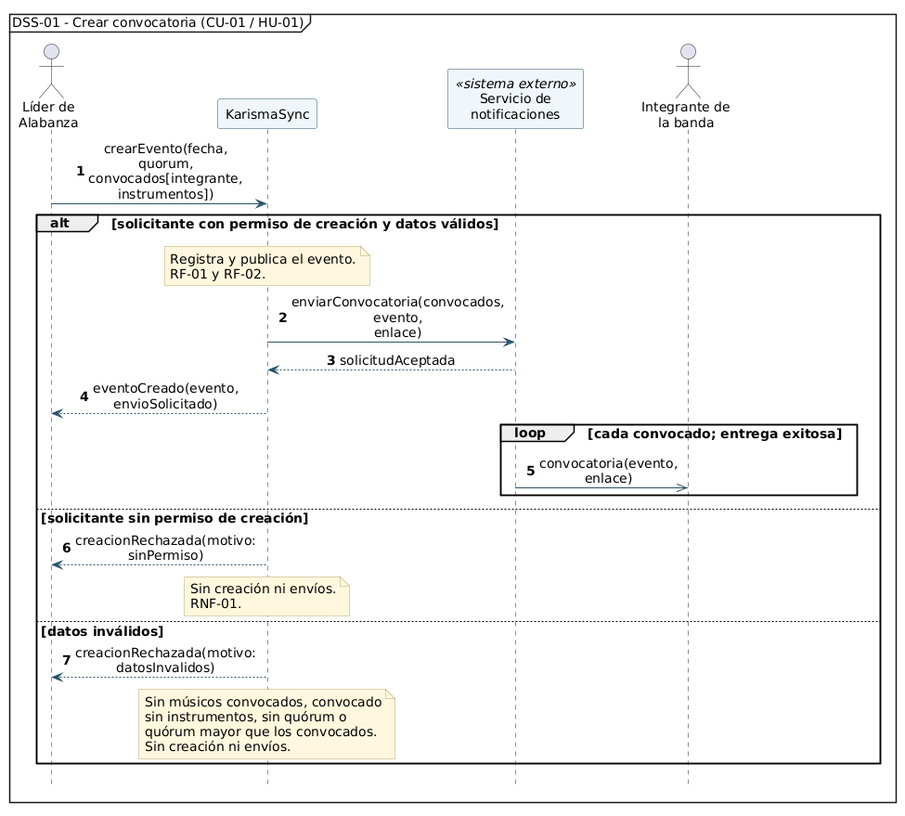
Ayiness/KarismaSync keeps this PlantUML diagram as diagramas/dss-01-crear-convocatoria.png. Above is the earlier version. Source of this version:
```plantuml
@startuml
mainframe DSS-01 - Crear convocatoria (CU-01 / HU-01)
autonumber
hide footbox
skinparam backgroundColor white
skinparam shadowing false
skinparam defaultFontName SansSerif
skinparam defaultFontSize 14
skinparam sequenceMessageAlign center
skinparam maxMessageSize 54
skinparam BoxPadding 4
skinparam NotePadding 4
skinparam sequenceMessageSpacing 6
skinparam ArrowColor #28536B
skinparam participantBorderColor #28536B
skinparam participantBackgroundColor #F0F6FA
skinparam noteBackgroundColor #FFF8DE
skinparam noteBorderColor #BBA46B

<style>
participant {
  Padding 8
}
</style>

actor "Líder de\nAlabanza" as Lider
participant "KarismaSync" as Sistema
participant "Servicio de\nnotificaciones" as Notificaciones <<sistema externo>>
actor "Integrante de\nla banda" as Integrante

Lider -> Sistema: crearEvento(fecha, quorum, convocados[integrante, instrumentos])

alt solicitante con permiso de creación y datos válidos
  note over Sistema
    Registra y publica el evento.
    RF-01 y RF-02.
  end note

  Sistema -> Notificaciones: enviarConvocatoria(convocados, evento, enlace)
  Notificaciones --> Sistema: solicitudAceptada
  Sistema --> Lider: eventoCreado(evento, envioSolicitado)

  loop cada convocado; entrega exitosa
    Notificaciones ->> Integrante: convocatoria(evento, enlace)
  end

else solicitante sin permiso de creación
  Sistema --> Lider: creacionRechazada(motivo: sinPermiso)
  note over Sistema
    Sin creación ni envíos.
    RNF-01.
  end note

else datos inválidos
  Sistema --> Lider: creacionRechazada(motivo: datosInvalidos)
  note over Sistema
    Sin músicos convocados, convocado
    sin instrumentos, sin quórum o
    quórum mayor que los convocados.
    Sin creación ni envíos.
  end note
end

@enduml
```
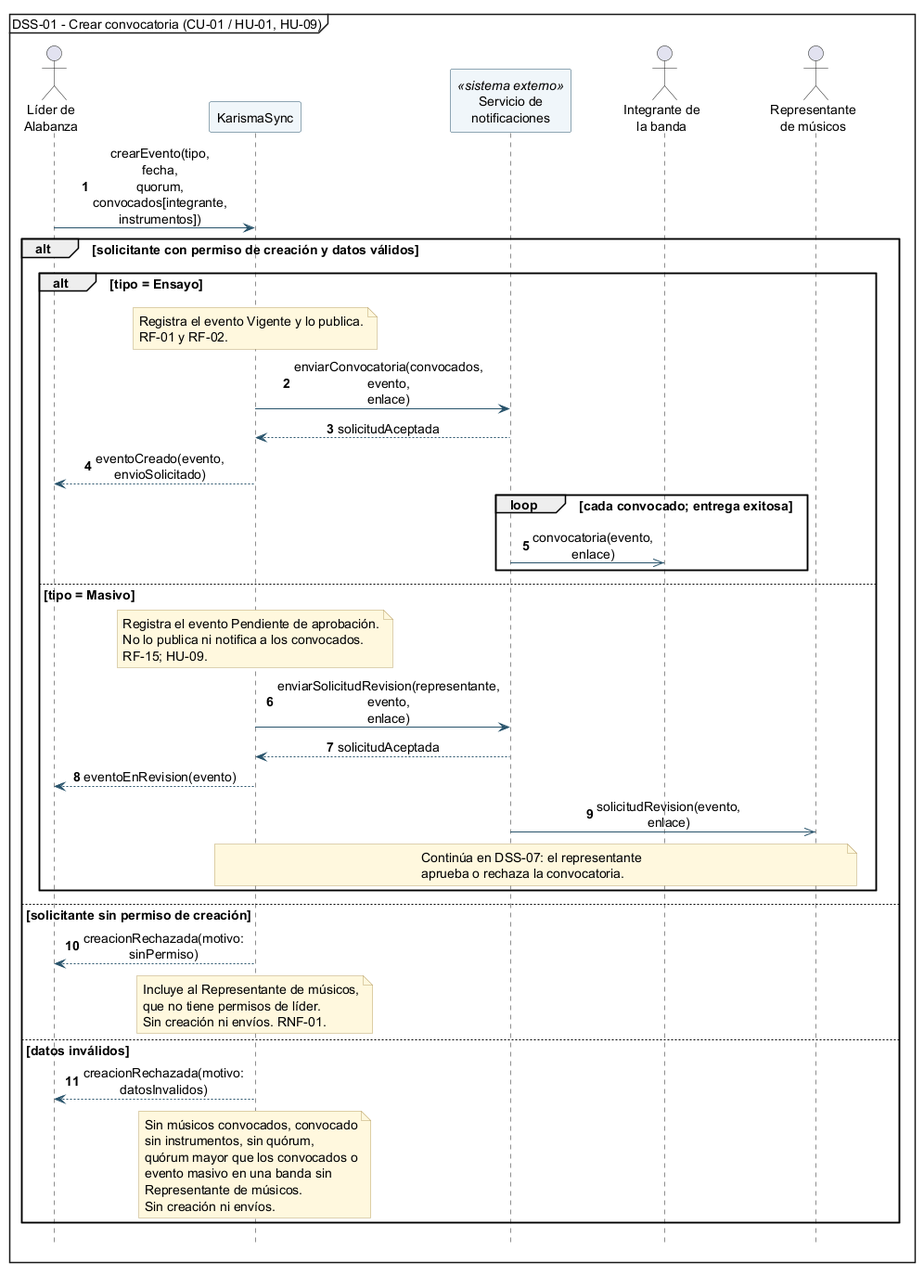
Later version of the same file.

The edit, as a diff of the source:
```diff
@@ -1,5 +1,5 @@
 @startuml
-mainframe DSS-01 - Crear convocatoria (CU-01 / HU-01)
+mainframe DSS-01 - Crear convocatoria (CU-01 / HU-01, HU-09)
 autonumber
 hide footbox
 skinparam backgroundColor white
@@ -27,36 +27,57 @@
 participant "KarismaSync" as Sistema
 participant "Servicio de\nnotificaciones" as Notificaciones <<sistema externo>>
 actor "Integrante de\nla banda" as Integrante
+actor "Representante\nde músicos" as Representante
 
-Lider -> Sistema: crearEvento(fecha, quorum, convocados[integrante, instrumentos])
+Lider -> Sistema: crearEvento(tipo, fecha, quorum, convocados[integrante, instrumentos])
 
 alt solicitante con permiso de creación y datos válidos
-  note over Sistema
-    Registra y publica el evento.
-    RF-01 y RF-02.
-  end note
 
-  Sistema -> Notificaciones: enviarConvocatoria(convocados, evento, enlace)
-  Notificaciones --> Sistema: solicitudAceptada
-  Sistema --> Lider: eventoCreado(evento, envioSolicitado)
+  alt tipo = Ensayo
+    note over Sistema
+      Registra el evento Vigente y lo publica.
+      RF-01 y RF-02.
+    end note
+    Sistema -> Notificaciones: enviarConvocatoria(convocados, evento, enlace)
+    Notificaciones --> Sistema: solicitudAceptada
+    Sistema --> Lider: eventoCreado(evento, envioSolicitado)
 
-  loop cada convocado; entrega exitosa
-    Notificaciones ->> Integrante: convocatoria(evento, enlace)
+    loop cada convocado; entrega exitosa
+      Notificaciones ->> Integrante: convocatoria(evento, enlace)
+    end
+
+  else tipo = Masivo
+    note over Sistema
+      Registra el evento Pendiente de aprobación.
+      No lo publica ni notifica a los convocados.
+      RF-15; HU-09.
+    end note
+    Sistema -> Notificaciones: enviarSolicitudRevision(representante, evento, enlace)
+    Notificaciones --> Sistema: solicitudAceptada
+    Sistema --> Lider: eventoEnRevision(evento)
+    Notificaciones ->> Representante: solicitudRevision(evento, enlace)
+    note over Sistema, Representante
+      Continúa en DSS-07: el representante
+      aprueba o rechaza la convocatoria.
+    end note
   end
 
 else solicitante sin permiso de creación
   Sistema --> Lider: creacionRechazada(motivo: sinPermiso)
   note over Sistema
-    Sin creación ni envíos.
-    RNF-01.
+    Incluye al Representante de músicos,
+    que no tiene permisos de líder.
+    Sin creación ni envíos. RNF-01.
   end note
 
 else datos inválidos
   Sistema --> Lider: creacionRechazada(motivo: datosInvalidos)
   note over Sistema
     Sin músicos convocados, convocado
-    sin instrumentos, sin quórum o
-    quórum mayor que los convocados.
+    sin instrumentos, sin quórum,
+    quórum mayor que los convocados o
+    evento masivo en una banda sin
+    Representante de músicos.
     Sin creación ni envíos.
   end note
 end
```
